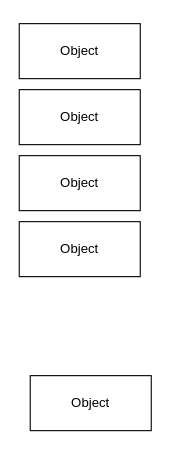
Above: diagrams/error_handling.drawio in Einaraug/Sanntid (draw.io), before the change. Source tidied: cells renumbered, new cells numbered last; positions are measured from the earlier drawing's top-left corner, leaving out a move shared by most shapes. Both pictures are drawn from the tidied source at 110%, with x=0, y=0 at pixel (19, 23).
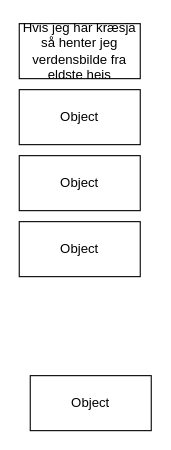
After the change.

Change to the diagram source:
```diff
@@
 <mxGraphModel>
   <root>
     <mxCell id="0" />
     <mxCell id="1" parent="0" />
-    <mxCell id="2" value="Object" style="html=1;whiteSpace=wrap;" parent="1" vertex="1">
+    <mxCell id="2" value="Hvis jeg har kræsja så henter jeg verdensbilde fra eldste heis" style="html=1;whiteSpace=wrap;" parent="1" vertex="1">
       <mxGeometry width="110" height="50" as="geometry" />
     </mxCell>
     <mxCell id="3" value="Object" style="html=1;whiteSpace=wrap;" parent="1" vertex="1">
       <mxGeometry x="10" y="320" width="110" height="50" as="geometry" />
     </mxCell>
     <mxCell id="4" value="Object" style="html=1;whiteSpace=wrap;" parent="1" vertex="1">
       <mxGeometry y="60" width="110" height="50" as="geometry" />
     </mxCell>
     <mxCell id="5" value="Object" style="html=1;whiteSpace=wrap;" parent="1" vertex="1">
       <mxGeometry y="120" width="110" height="50" as="geometry" />
     </mxCell>
     <mxCell id="6" value="Object" style="html=1;whiteSpace=wrap;" parent="1" vertex="1">
       <mxGeometry y="180" width="110" height="50" as="geometry" />
     </mxCell>
   </root>
 </mxGraphModel>
```
